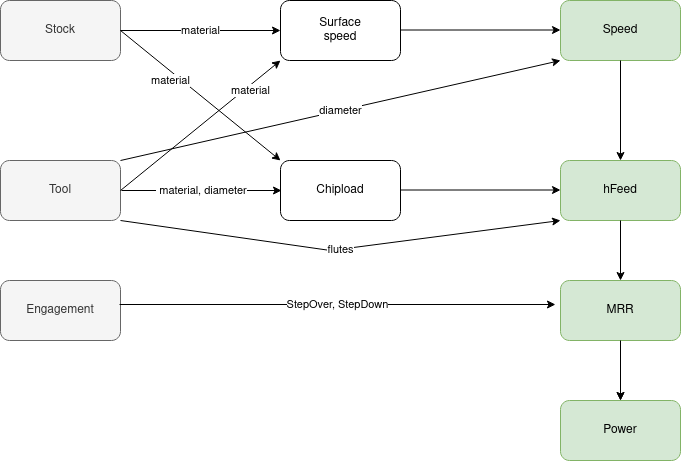
spanner888/misc keeps this draw.io diagram as Calculation order summary.drawio.png. Above is the earlier version. Source tidied: cells renumbered, new cells last; positions are measured from the earlier drawing's top-left corner, leaving out a move shared by most shapes. The source it was exported from:
```xml
<mxGraphModel>
  <root>
    <mxCell id="0" />
    <mxCell id="1" parent="0" />
    <mxCell id="2" value="Stock" style="rounded=1;whiteSpace=wrap;html=1;fillColor=#f5f5f5;fontColor=#333333;strokeColor=#666666;" parent="1" vertex="1">
      <mxGeometry width="120" height="60" as="geometry" />
    </mxCell>
    <mxCell id="3" value="&lt;div&gt;Surface&lt;/div&gt;&lt;div&gt;speed&lt;br&gt;&lt;/div&gt;" style="rounded=1;whiteSpace=wrap;html=1;" parent="1" vertex="1">
      <mxGeometry x="280" width="120" height="60" as="geometry" />
    </mxCell>
    <mxCell id="4" value="Speed" style="rounded=1;whiteSpace=wrap;html=1;fillColor=#d5e8d4;strokeColor=#82b366;" parent="1" vertex="1">
      <mxGeometry x="560" width="120" height="60" as="geometry" />
    </mxCell>
    <mxCell id="5" value="Tool" style="rounded=1;whiteSpace=wrap;html=1;fillColor=#f5f5f5;fontColor=#333333;strokeColor=#666666;" parent="1" vertex="1">
      <mxGeometry y="160" width="120" height="60" as="geometry" />
    </mxCell>
    <mxCell id="6" value="Chipload" style="rounded=1;whiteSpace=wrap;html=1;" parent="1" vertex="1">
      <mxGeometry x="280" y="160" width="120" height="60" as="geometry" />
    </mxCell>
    <mxCell id="7" value="hFeed" style="rounded=1;whiteSpace=wrap;html=1;fillColor=#d5e8d4;strokeColor=#82b366;" parent="1" vertex="1">
      <mxGeometry x="560" y="160" width="120" height="60" as="geometry" />
    </mxCell>
    <mxCell id="8" value="Engagement" style="rounded=1;whiteSpace=wrap;html=1;fillColor=#f5f5f5;fontColor=#333333;strokeColor=#666666;" parent="1" vertex="1">
      <mxGeometry y="280" width="120" height="60" as="geometry" />
    </mxCell>
    <mxCell id="9" value="Power" style="rounded=1;whiteSpace=wrap;html=1;fillColor=#d5e8d4;strokeColor=#82b366;" parent="1" vertex="1">
      <mxGeometry x="560" y="400" width="120" height="60" as="geometry" />
    </mxCell>
    <mxCell id="10" style="edgeStyle=orthogonalEdgeStyle;rounded=0;jettySize=auto;html=1;" parent="1" edge="1" source="11" target="9">
      <mxGeometry relative="1" as="geometry" />
    </mxCell>
    <mxCell id="11" value="MRR" style="rounded=1;whiteSpace=wrap;html=1;fillColor=#d5e8d4;strokeColor=#82b366;" parent="1" vertex="1">
      <mxGeometry x="560" y="280" width="120" height="60" as="geometry" />
    </mxCell>
    <mxCell id="12" value="StepOver, StepDown" style="endArrow=classic;html=1;rounded=0;exitX=0.992;exitY=0.4;exitDx=0;exitDy=0;exitPerimeter=0;entryX=-0.042;entryY=0.4;entryDx=0;entryDy=0;entryPerimeter=0;" parent="1" edge="1" source="8" target="11">
      <mxGeometry relative="1" as="geometry" />
    </mxCell>
    <mxCell id="13" value="material" style="endArrow=classic;html=1;rounded=0;entryX=0;entryY=0.5;entryDx=0;entryDy=0;" parent="1" edge="1" target="3">
      <mxGeometry relative="1" as="geometry">
        <mxPoint x="120" y="30" as="sourcePoint" />
      </mxGeometry>
    </mxCell>
    <mxCell id="14" value="&amp;nbsp;material, diameter" style="endArrow=classic;html=1;rounded=0;entryX=0;entryY=0.5;entryDx=0;entryDy=0;exitX=1;exitY=0.5;exitDx=0;exitDy=0;" parent="1" edge="1">
      <mxGeometry relative="1" as="geometry">
        <mxPoint x="121" y="190" as="sourcePoint" />
        <mxPoint x="281" y="190" as="targetPoint" />
      </mxGeometry>
    </mxCell>
    <mxCell id="15" value="material" style="endArrow=classic;html=1;rounded=0;entryX=0;entryY=0;entryDx=0;entryDy=0;exitX=1;exitY=0.5;exitDx=0;exitDy=0;" parent="1" edge="1" source="2" target="6">
      <mxGeometry x="-0.32" y="-7" relative="1" as="geometry" />
    </mxCell>
    <mxCell id="16" value="material" style="endArrow=classic;html=1;rounded=0;entryX=0;entryY=1;entryDx=0;entryDy=0;exitX=1;exitY=0.5;exitDx=0;exitDy=0;" parent="1" edge="1" source="5" target="3">
      <mxGeometry x="0.59" y="-4" relative="1" as="geometry" />
    </mxCell>
    <mxCell id="17" style="endArrow=classic;html=1;rounded=0;entryX=0;entryY=0.5;entryDx=0;entryDy=0;" parent="1" edge="1">
      <mxGeometry relative="1" as="geometry">
        <mxPoint x="400" y="29.5" as="sourcePoint" />
        <mxPoint x="560" y="29.5" as="targetPoint" />
      </mxGeometry>
    </mxCell>
    <mxCell id="18" style="endArrow=classic;html=1;rounded=0;entryX=0;entryY=0.5;entryDx=0;entryDy=0;" parent="1" edge="1">
      <mxGeometry relative="1" as="geometry">
        <mxPoint x="400" y="189.5" as="sourcePoint" />
        <mxPoint x="560" y="189.5" as="targetPoint" />
      </mxGeometry>
    </mxCell>
    <mxCell id="19" style="endArrow=classic;html=1;rounded=0;entryX=0.5;entryY=0;entryDx=0;entryDy=0;exitX=0.5;exitY=1;exitDx=0;exitDy=0;" parent="1" edge="1" source="4" target="7">
      <mxGeometry relative="1" as="geometry" />
    </mxCell>
    <mxCell id="20" style="endArrow=classic;html=1;rounded=0;entryX=0.5;entryY=0;entryDx=0;entryDy=0;exitX=0.5;exitY=1;exitDx=0;exitDy=0;" parent="1" edge="1" source="7" target="11">
      <mxGeometry relative="1" as="geometry" />
    </mxCell>
    <mxCell id="21" style="endArrow=classic;html=1;rounded=0;entryX=0.5;entryY=0;entryDx=0;entryDy=0;" parent="1" edge="1" target="9">
      <mxGeometry relative="1" as="geometry">
        <mxPoint x="620" y="340" as="sourcePoint" />
      </mxGeometry>
    </mxCell>
    <mxCell id="22" value="flutes" style="endArrow=classic;html=1;rounded=0;exitX=1;exitY=1;exitDx=0;exitDy=0;entryX=0;entryY=1;entryDx=0;entryDy=0;" parent="1" edge="1" source="5" target="7">
      <mxGeometry relative="1" as="geometry">
        <Array as="points">
          <mxPoint x="330" y="250" />
        </Array>
      </mxGeometry>
    </mxCell>
    <mxCell id="23" value="diameter" style="endArrow=classic;html=1;rounded=0;exitX=1;exitY=0;exitDx=0;exitDy=0;entryX=0;entryY=1;entryDx=0;entryDy=0;" parent="1" edge="1" source="5" target="4">
      <mxGeometry relative="1" as="geometry" />
    </mxCell>
  </root>
</mxGraphModel>
```
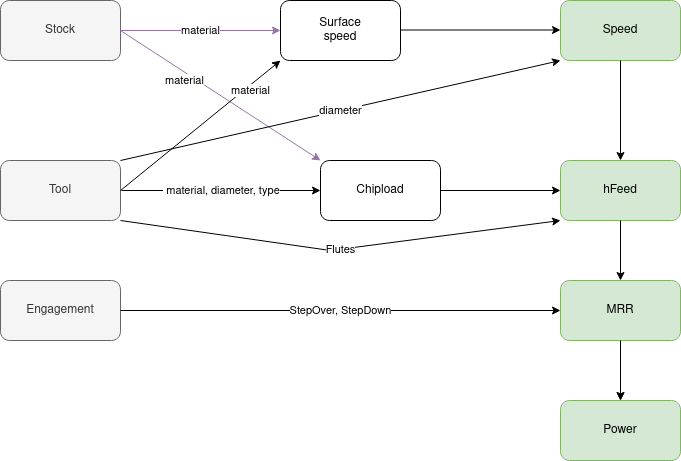
Above is the later version.

What changed in the source:
```diff
@@ -15,7 +15,7 @@
       <mxGeometry y="160" width="120" height="60" as="geometry" />
     </mxCell>
     <mxCell id="6" value="Chipload" style="rounded=1;whiteSpace=wrap;html=1;" parent="1" vertex="1">
-      <mxGeometry x="280" y="160" width="120" height="60" as="geometry" />
+      <mxGeometry x="320" y="160" width="120" height="60" as="geometry" />
     </mxCell>
     <mxCell id="7" value="hFeed" style="rounded=1;whiteSpace=wrap;html=1;fillColor=#d5e8d4;strokeColor=#82b366;" parent="1" vertex="1">
       <mxGeometry x="560" y="160" width="120" height="60" as="geometry" />
@@ -32,21 +32,21 @@
     <mxCell id="11" value="MRR" style="rounded=1;whiteSpace=wrap;html=1;fillColor=#d5e8d4;strokeColor=#82b366;" parent="1" vertex="1">
       <mxGeometry x="560" y="280" width="120" height="60" as="geometry" />
     </mxCell>
-    <mxCell id="12" value="StepOver, StepDown" style="endArrow=classic;html=1;rounded=0;exitX=0.992;exitY=0.4;exitDx=0;exitDy=0;exitPerimeter=0;entryX=-0.042;entryY=0.4;entryDx=0;entryDy=0;entryPerimeter=0;" parent="1" edge="1" source="8" target="11">
+    <mxCell id="12" value="StepOver, StepDown" style="endArrow=classic;html=1;rounded=0;exitX=1;exitY=0.5;exitDx=0;exitDy=0;entryX=0;entryY=0.5;entryDx=0;entryDy=0;" parent="1" edge="1" source="8" target="11">
       <mxGeometry relative="1" as="geometry" />
     </mxCell>
-    <mxCell id="13" value="material" style="endArrow=classic;html=1;rounded=0;entryX=0;entryY=0.5;entryDx=0;entryDy=0;" parent="1" edge="1" target="3">
+    <mxCell id="13" value="material" style="endArrow=classic;html=1;rounded=0;entryX=0;entryY=0.5;entryDx=0;entryDy=0;fillColor=#e1d5e7;strokeColor=#9673a6;" parent="1" edge="1" target="3">
       <mxGeometry relative="1" as="geometry">
         <mxPoint x="120" y="30" as="sourcePoint" />
       </mxGeometry>
     </mxCell>
-    <mxCell id="14" value="&amp;nbsp;material, diameter" style="endArrow=classic;html=1;rounded=0;entryX=0;entryY=0.5;entryDx=0;entryDy=0;exitX=1;exitY=0.5;exitDx=0;exitDy=0;" parent="1" edge="1">
+    <mxCell id="14" value="&amp;nbsp;material, diameter, type" style="endArrow=classic;html=1;rounded=0;entryX=0;entryY=0.5;entryDx=0;entryDy=0;exitX=1;exitY=0.5;exitDx=0;exitDy=0;" parent="1" edge="1">
       <mxGeometry relative="1" as="geometry">
         <mxPoint x="121" y="190" as="sourcePoint" />
-        <mxPoint x="281" y="190" as="targetPoint" />
+        <mxPoint x="320" y="190" as="targetPoint" />
       </mxGeometry>
     </mxCell>
-    <mxCell id="15" value="material" style="endArrow=classic;html=1;rounded=0;entryX=0;entryY=0;entryDx=0;entryDy=0;exitX=1;exitY=0.5;exitDx=0;exitDy=0;" parent="1" edge="1" source="2" target="6">
+    <mxCell id="15" value="material" style="endArrow=classic;html=1;rounded=0;entryX=0;entryY=0;entryDx=0;entryDy=0;exitX=1;exitY=0.5;exitDx=0;exitDy=0;fillColor=#e1d5e7;strokeColor=#9673a6;" parent="1" edge="1" source="2" target="6">
       <mxGeometry x="-0.32" y="-7" relative="1" as="geometry" />
     </mxCell>
     <mxCell id="16" value="material" style="endArrow=classic;html=1;rounded=0;entryX=0;entryY=1;entryDx=0;entryDy=0;exitX=1;exitY=0.5;exitDx=0;exitDy=0;" parent="1" edge="1" source="5" target="3">
@@ -58,11 +58,8 @@
         <mxPoint x="560" y="29.5" as="targetPoint" />
       </mxGeometry>
     </mxCell>
-    <mxCell id="18" style="endArrow=classic;html=1;rounded=0;entryX=0;entryY=0.5;entryDx=0;entryDy=0;" parent="1" edge="1">
-      <mxGeometry relative="1" as="geometry">
-        <mxPoint x="400" y="189.5" as="sourcePoint" />
-        <mxPoint x="560" y="189.5" as="targetPoint" />
-      </mxGeometry>
+    <mxCell id="18" style="endArrow=classic;html=1;rounded=0;exitX=1;exitY=0.5;exitDx=0;exitDy=0;entryX=0;entryY=0.5;entryDx=0;entryDy=0;" parent="1" edge="1" source="6" target="7">
+      <mxGeometry relative="1" as="geometry" />
     </mxCell>
     <mxCell id="19" style="endArrow=classic;html=1;rounded=0;entryX=0.5;entryY=0;entryDx=0;entryDy=0;exitX=0.5;exitY=1;exitDx=0;exitDy=0;" parent="1" edge="1" source="4" target="7">
       <mxGeometry relative="1" as="geometry" />
@@ -75,7 +72,7 @@
         <mxPoint x="620" y="340" as="sourcePoint" />
       </mxGeometry>
     </mxCell>
-    <mxCell id="22" value="flutes" style="endArrow=classic;html=1;rounded=0;exitX=1;exitY=1;exitDx=0;exitDy=0;entryX=0;entryY=1;entryDx=0;entryDy=0;" parent="1" edge="1" source="5" target="7">
+    <mxCell id="22" value="Flutes" style="endArrow=classic;html=1;rounded=0;exitX=1;exitY=1;exitDx=0;exitDy=0;entryX=0;entryY=1;entryDx=0;entryDy=0;" parent="1" edge="1" source="5" target="7">
       <mxGeometry relative="1" as="geometry">
         <Array as="points">
           <mxPoint x="330" y="250" />
```
